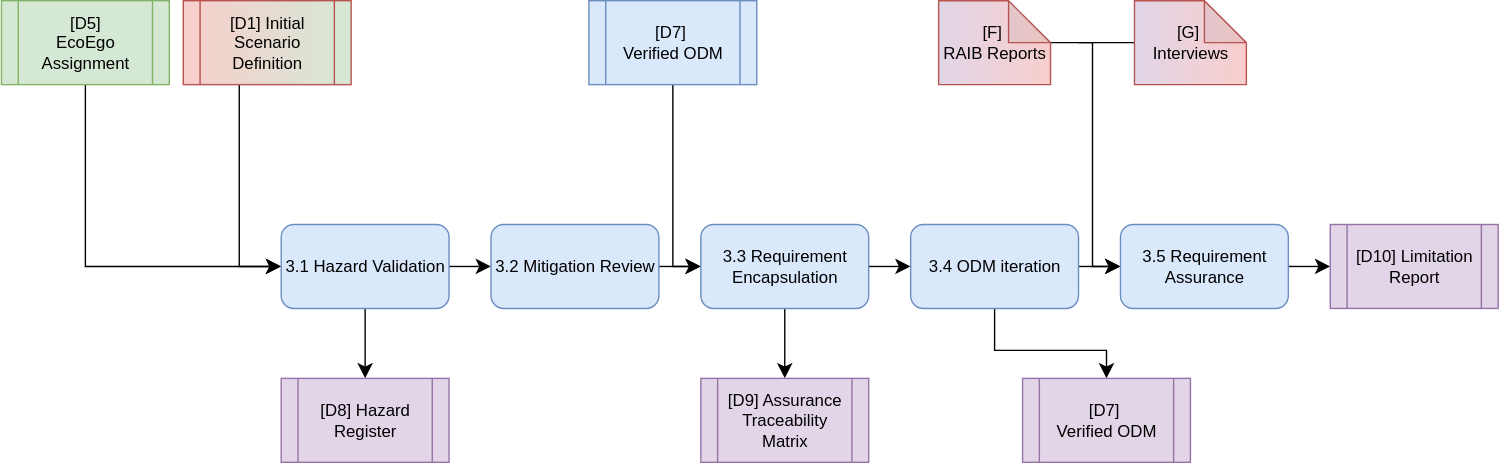
Earlier version of the draw.io export diagrams/step-3.svg (TortoiseFather/sacred-site). Source tidied: cells renumbered, new cells last; positions are measured from the earlier drawing's top-left corner, leaving out a move shared by most shapes.
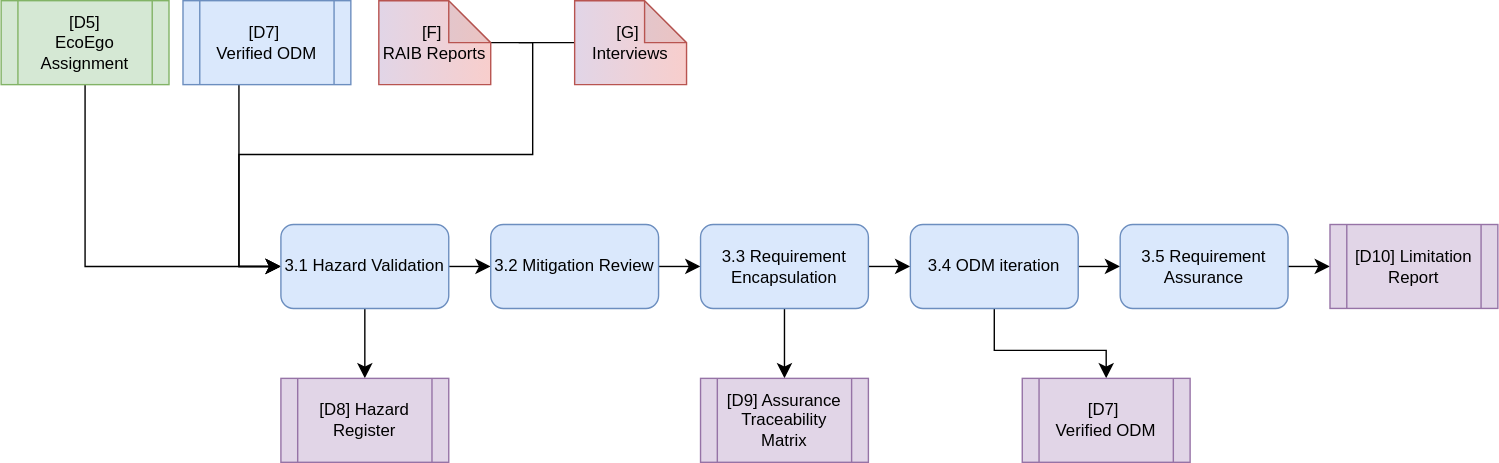
The same file after the commit.

Diff of the diagram source:
```diff
@@ -10,9 +10,6 @@
         </Array>
       </mxGeometry>
     </mxCell>
-    <mxCell id="3" value="[D1] Initial Scenario Definition" style="shape=process;whiteSpace=wrap;html=1;backgroundOutline=1;fillColor=#f8cecc;strokeColor=#b85450;gradientColor=#D5E8D4;gradientDirection=east;" parent="1" vertex="1">
-      <mxGeometry x="130" width="120" height="60" as="geometry" />
-    </mxCell>
     <mxCell id="4" style="edgeStyle=none;curved=0;rounded=0;jettySize=auto;html=1;fontSize=12;startSize=8;endSize=8;" parent="1" edge="1" source="5">
       <mxGeometry relative="1" as="geometry">
         <mxPoint x="200" y="190" as="targetPoint" />
@@ -24,26 +21,21 @@
     <mxCell id="5" value="&lt;div&gt;[D5]&lt;/div&gt;&lt;div&gt;EcoEgo Assignment&lt;/div&gt;" style="shape=process;whiteSpace=wrap;html=1;backgroundOutline=1;fillColor=#d5e8d4;strokeColor=#82b366;" parent="1" vertex="1">
       <mxGeometry width="120" height="60" as="geometry" />
     </mxCell>
-    <mxCell id="6" style="edgeStyle=none;curved=0;rounded=0;jettySize=auto;html=1;entryX=0;entryY=0.5;entryDx=0;entryDy=0;fontSize=12;startSize=8;endSize=8;" parent="1" edge="1" source="7" target="17">
-      <mxGeometry relative="1" as="geometry">
-        <Array as="points">
-          <mxPoint x="480" y="190" />
-        </Array>
-      </mxGeometry>
-    </mxCell>
     <mxCell id="7" value="&lt;div&gt;[D7]&amp;nbsp;&lt;/div&gt;&lt;div&gt;Verified ODM&lt;/div&gt;" style="shape=process;whiteSpace=wrap;html=1;backgroundOutline=1;fillColor=#dae8fc;strokeColor=#6c8ebf;" parent="1" vertex="1">
-      <mxGeometry x="420" width="120" height="60" as="geometry" />
+      <mxGeometry x="130" width="120" height="60" as="geometry" />
     </mxCell>
-    <mxCell id="8" style="edgeStyle=none;curved=0;rounded=0;jettySize=auto;html=1;entryX=0;entryY=0.5;entryDx=0;entryDy=0;fontSize=12;startSize=8;endSize=8;" parent="1" edge="1" source="9" target="22">
+    <mxCell id="8" style="edgeStyle=none;curved=0;rounded=0;jettySize=auto;html=1;fontSize=12;startSize=8;endSize=8;entryX=0;entryY=0.5;entryDx=0;entryDy=0;" parent="1" edge="1" source="9" target="12">
       <mxGeometry relative="1" as="geometry">
         <Array as="points">
-          <mxPoint x="780" y="30" />
-          <mxPoint x="780" y="190" />
+          <mxPoint x="380" y="30" />
+          <mxPoint x="380" y="110" />
+          <mxPoint x="170" y="110" />
+          <mxPoint x="170" y="190" />
         </Array>
       </mxGeometry>
     </mxCell>
     <mxCell id="9" value="&lt;div&gt;[F]&amp;nbsp;&lt;/div&gt;&lt;div&gt;RAIB Reports&lt;/div&gt;" style="shape=note;whiteSpace=wrap;html=1;backgroundOutline=1;darkOpacity=0.05;fillColor=#f8cecc;strokeColor=#b85450;gradientColor=#E1D5E7;gradientDirection=west;" parent="1" vertex="1">
-      <mxGeometry x="670" width="80" height="60" as="geometry" />
+      <mxGeometry x="270" width="80" height="60" as="geometry" />
     </mxCell>
     <mxCell id="10" style="edgeStyle=none;curved=1;rounded=0;jettySize=auto;html=1;fontSize=12;startSize=8;endSize=8;" parent="1" edge="1" source="12" target="14">
       <mxGeometry relative="1" as="geometry" />
@@ -91,11 +83,11 @@
     </mxCell>
     <mxCell id="23" style="edgeStyle=none;curved=1;rounded=0;jettySize=auto;html=1;fontSize=12;startSize=8;endSize=8;endArrow=none;endFill=0;" parent="1" edge="1" source="24">
       <mxGeometry relative="1" as="geometry">
-        <mxPoint x="770" y="30" as="targetPoint" />
+        <mxPoint x="370" y="30" as="targetPoint" />
       </mxGeometry>
     </mxCell>
     <mxCell id="24" value="&lt;div&gt;[G]&amp;nbsp;&lt;/div&gt;&lt;div&gt;Interviews&lt;/div&gt;" style="shape=note;whiteSpace=wrap;html=1;backgroundOutline=1;darkOpacity=0.05;fillColor=#f8cecc;strokeColor=#b85450;gradientColor=#E1D5E7;gradientDirection=west;" parent="1" vertex="1">
-      <mxGeometry x="810" width="80" height="60" as="geometry" />
+      <mxGeometry x="410" width="80" height="60" as="geometry" />
     </mxCell>
     <mxCell id="25" value="[D8] Hazard Register" style="shape=process;whiteSpace=wrap;html=1;backgroundOutline=1;fillColor=#e1d5e7;strokeColor=#9673a6;" parent="1" vertex="1">
       <mxGeometry x="200" y="270" width="120" height="60" as="geometry" />
```
